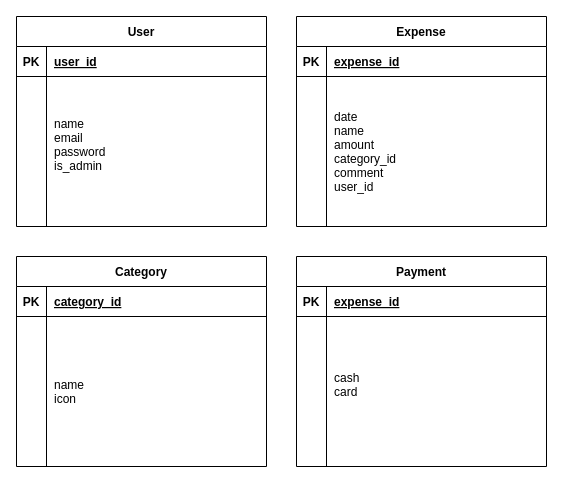
Before: ERM.drawio in yac0928/cash-flow-backend, a draw.io diagram. Source tidied: cells renumbered, new cells numbered last; positions are measured from the earlier drawing's top-left corner, leaving out a move shared by most shapes. Both pictures are drawn from the tidied source at 100%, with x=0, y=0 at pixel (16, 16).
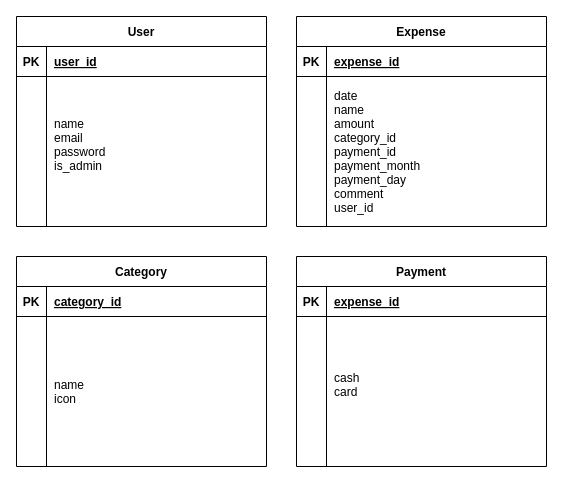
Above is the later version.

Commit message (it also covers changes not shown here):
feat: build payment model

The change refers to these unchanged cells:
```xml
<mxCell id="13" style="shape=partialRectangle;fillColor=none;top=0;left=0;right=0;bottom=0;" parent="9" vertex="1">
  <mxGeometry y="60" width="250" height="150" as="geometry" />
</mxCell>
```

What changed in the source:
```diff
@@
-    <mxCell id="15" value="date&#10;name&#10;amount&#10;category_id&#10;comment&#10;user_id" style="shape=partialRectangle;overflow=hidden;fillColor=none;top=0;left=0;bottom=0;right=0;align=left;spacingLeft=6;" parent="13" vertex="1">
+    <mxCell id="15" value="date&#10;name&#10;amount&#10;category_id&#10;payment_id&#10;payment_month&#10;payment_day&#10;comment&#10;user_id" style="shape=partialRectangle;overflow=hidden;fillColor=none;top=0;left=0;bottom=0;right=0;align=left;spacingLeft=6;" parent="13" vertex="1">
       <mxGeometry x="30" width="220" height="150" as="geometry" />
     </mxCell>
```
